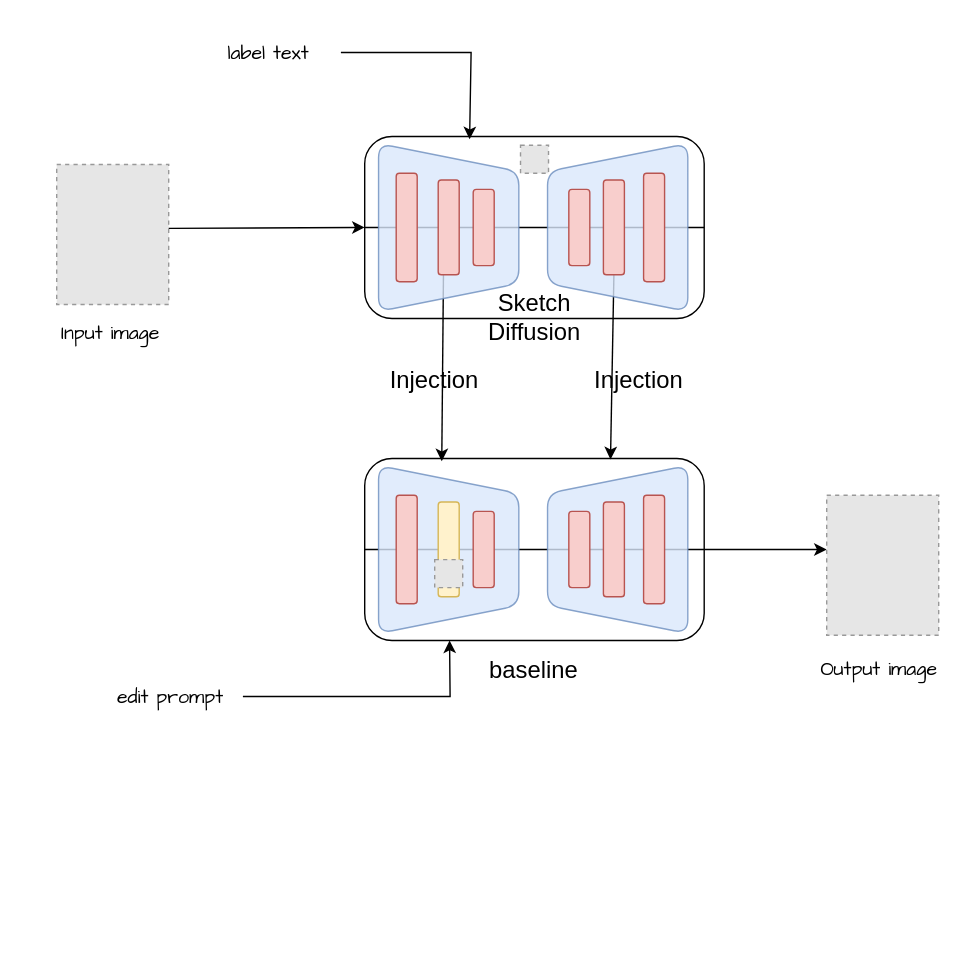
Sinon0919/SwartArt keeps this draw.io diagram as drawio/250902.drawio. Above is the earlier version. Source tidied: cells renumbered, new cells numbered last; positions are measured from the earlier drawing's top-left corner, leaving out a move shared by most shapes. Both pictures are drawn from the tidied source at 140%, with x=0, y=0 at pixel (42, 24). Pictures stored in the file or linked from it are replaced by grey dashed boxes.
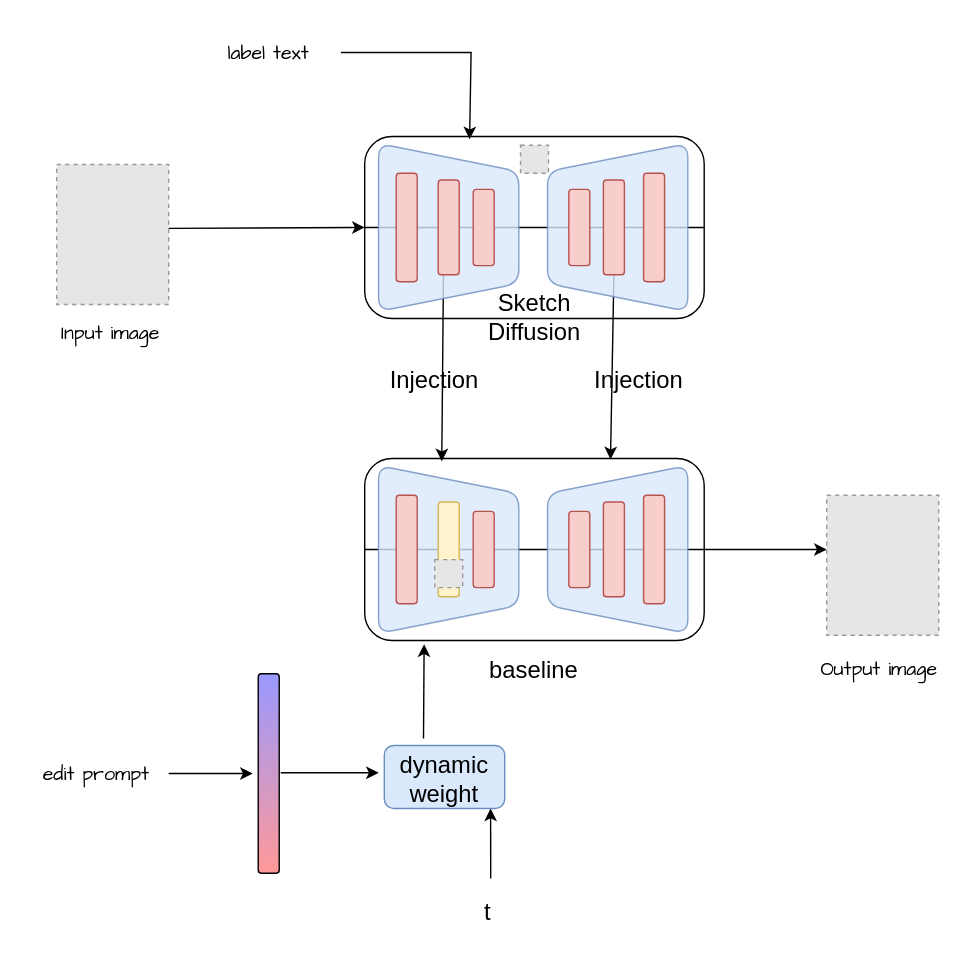
After the change.

Unchanged cells that the change refers to:
```xml
<mxCell id="22" style="rounded=1;whiteSpace=wrap;html=1;fillColor=none;" parent="1" vertex="1">
  <mxGeometry x="230" y="310" width="242.5" height="130" as="geometry" />
</mxCell>
```

Diff of the diagram source:
```diff
@@
     <mxCell id="34" value="&lt;font face=&quot;Comic Sans MS&quot;&gt;edit prompt&lt;/font&gt;" style="text;strokeColor=none;align=center;fillColor=none;html=1;verticalAlign=middle;whiteSpace=wrap;rounded=0;sketch=1;curveFitting=1;jiggle=2;fontSize=14;" parent="1" vertex="1">
-      <mxGeometry x="40" y="460" width="103" height="40" as="geometry" />
+      <mxGeometry x="-13" y="515" width="103" height="40" as="geometry" />
     </mxCell>
-    <mxCell id="35" style="endArrow=classic;html=1;rounded=0;exitX=1;exitY=0.5;exitDx=0;exitDy=0;entryX=0.25;entryY=1;entryDx=0;entryDy=0;" parent="1" edge="1" source="34" target="22">
-      <mxGeometry relative="1" as="geometry">
-        <Array as="points">
-          <mxPoint x="291" y="480" />
-        </Array>
-      </mxGeometry>
-    </mxCell>
@@
+    <mxCell id="41" style="rounded=1;whiteSpace=wrap;html=1;rotation=90;gradientColor=#9999FF;gradientDirection=west;fillColor=#FF9999;" parent="1" vertex="1">
+      <mxGeometry x="90.2" y="527.5" width="142.5" height="15" as="geometry" />
+    </mxCell>
+    <mxCell id="42" style="endArrow=classic;html=1;rounded=0;" parent="1" edge="1" source="34">
+      <mxGeometry relative="1" as="geometry">
+        <mxPoint x="150" y="535" as="targetPoint" />
+      </mxGeometry>
+    </mxCell>
+    <mxCell id="43" style="endArrow=classic;html=1;rounded=0;" parent="1" edge="1">
+      <mxGeometry relative="1" as="geometry">
+        <mxPoint x="170" y="534.5" as="sourcePoint" />
+        <mxPoint x="240" y="534.5" as="targetPoint" />
+      </mxGeometry>
+    </mxCell>
+    <mxCell id="44" style="rounded=1;whiteSpace=wrap;html=1;fillColor=#dae8fc;strokeColor=#6c8ebf;" parent="1" vertex="1">
+      <mxGeometry x="244" y="515" width="86" height="45" as="geometry" />
+    </mxCell>
+    <mxCell id="45" value="&lt;font style=&quot;font-size: 17px;&quot;&gt;t&lt;/font&gt;" style="text;strokeColor=none;align=center;fillColor=none;html=1;verticalAlign=middle;whiteSpace=wrap;rounded=0;fontSize=16;sketch=1;curveFitting=1;jiggle=2;" parent="1" vertex="1">
+      <mxGeometry x="267.5" y="620" width="100" height="30" as="geometry" />
+    </mxCell>
+    <mxCell id="46" style="endArrow=classic;html=1;rounded=0;entryX=0.883;entryY=1;entryDx=0;entryDy=0;entryPerimeter=0;" parent="1" edge="1" target="44">
+      <mxGeometry relative="1" as="geometry">
+        <mxPoint x="320" y="610" as="sourcePoint" />
+      </mxGeometry>
+    </mxCell>
+    <mxCell id="47" value="&lt;font style=&quot;font-size: 17px;&quot;&gt;dynamic weight&lt;/font&gt;" style="text;strokeColor=none;align=center;fillColor=none;html=1;verticalAlign=middle;whiteSpace=wrap;rounded=0;fontSize=16;sketch=1;curveFitting=1;jiggle=2;" parent="1" vertex="1">
+      <mxGeometry x="237" y="525" width="100" height="30" as="geometry" />
+    </mxCell>
+    <mxCell id="48" style="endArrow=classic;html=1;rounded=0;entryX=0.175;entryY=1.021;entryDx=0;entryDy=0;entryPerimeter=0;" parent="1" edge="1" target="22">
+      <mxGeometry relative="1" as="geometry">
+        <mxPoint x="272" y="510" as="sourcePoint" />
+      </mxGeometry>
+    </mxCell>
```
